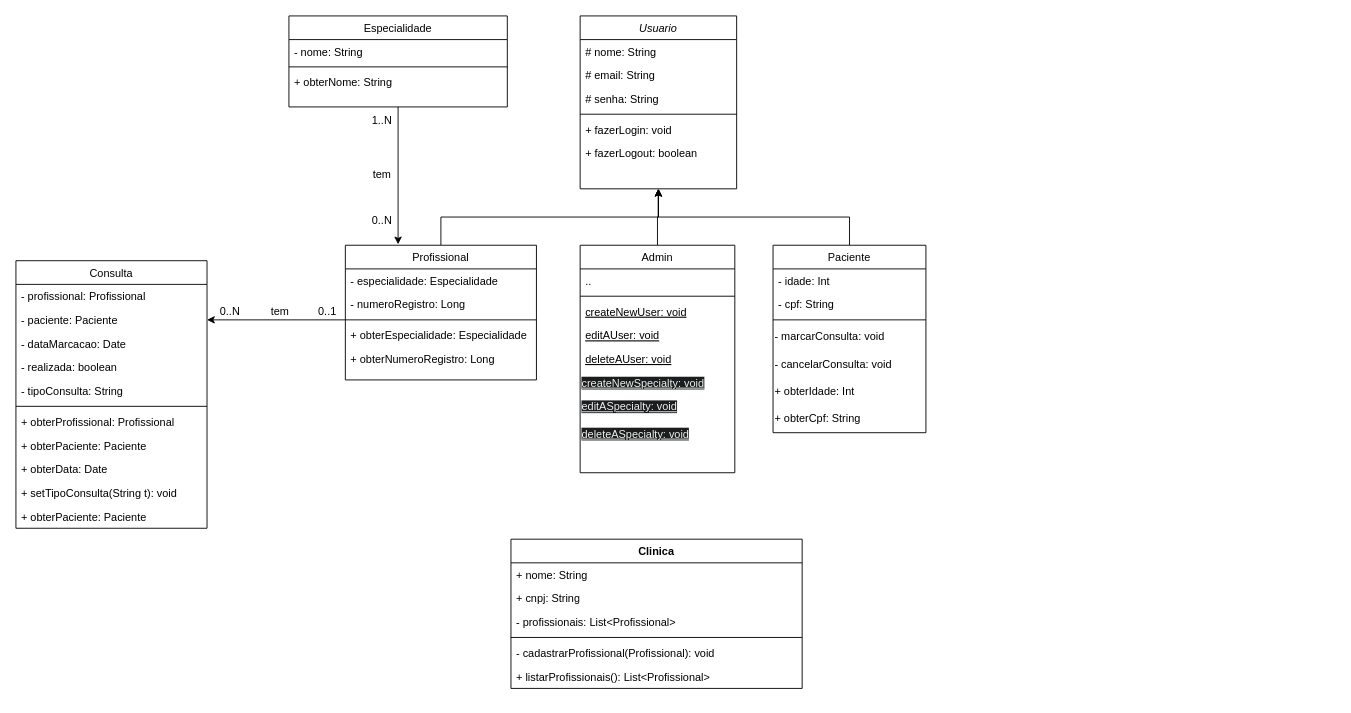
Earlier version of the draw.io diagram doc/diagrama/medcheck.drawio (the-bugs/medcheck-backend-js). Source tidied: cells renumbered, new cells numbered last; positions are measured from the earlier drawing's top-left corner, leaving out a move shared by most shapes. Both pictures are drawn from the tidied source at 91%, with x=0, y=0 at pixel (15, 15).
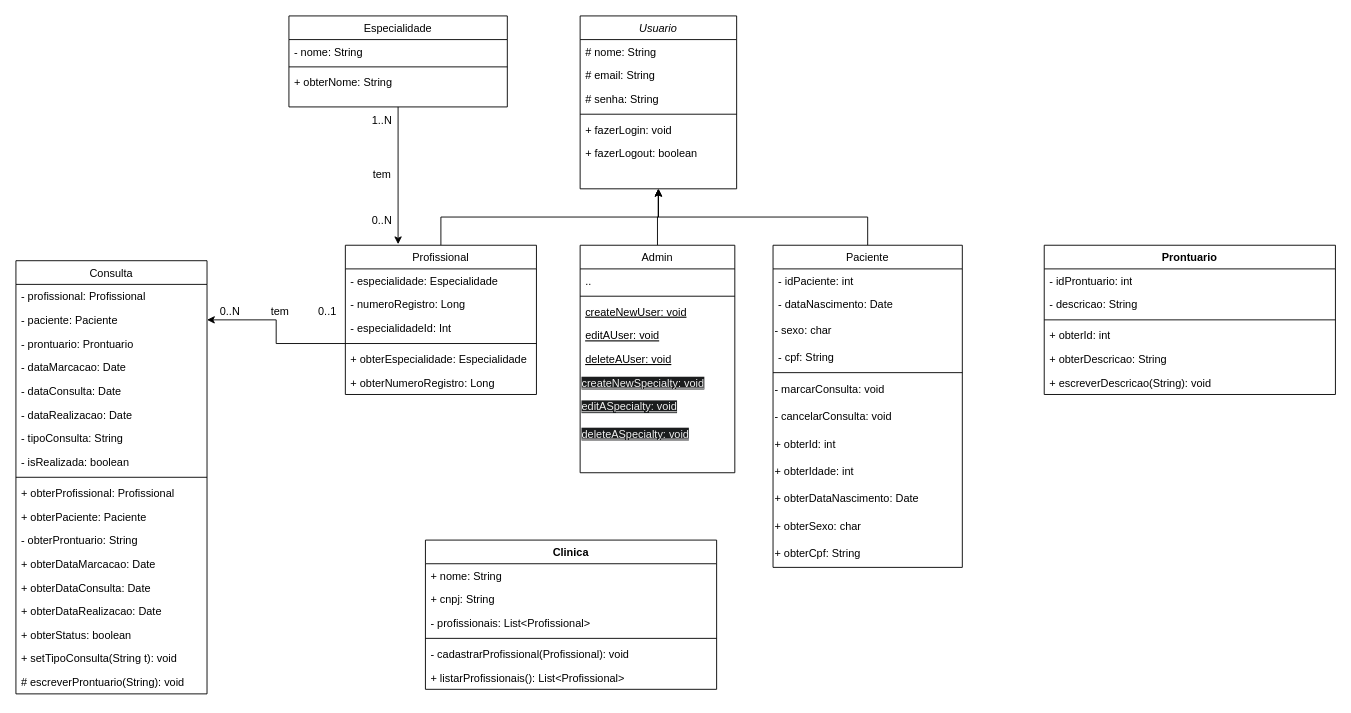
Above is the later version.

Commit message:
doc: Atualiza diagrama

Change to the diagram source:
```diff
@@
     <mxCell id="10" value="Profissional" style="swimlane;fontStyle=0;align=center;verticalAlign=top;horizontal=1;startSize=26;rounded=0;shadow=0;strokeWidth=1;" parent="1" vertex="1">
-      <mxGeometry x="362" y="252" width="210" height="148" as="geometry" />
+      <mxGeometry x="362" y="252" width="210" height="164" as="geometry" />
     </mxCell>
@@
+    <mxCell id="66" value="- especialidadeId: Int" style="text;align=left;verticalAlign=top;spacingLeft=4;spacingRight=4;overflow=hidden;" parent="10" vertex="1">
+      <mxGeometry y="78" width="210" height="26" as="geometry" />
+    </mxCell>
     <mxCell id="13" style="line;html=1;strokeWidth=1;align=left;verticalAlign=middle;spacingTop=-1;spacingLeft=3;spacingRight=3;labelPosition=right;points=[];portConstraint=eastwest;" parent="10" vertex="1">
-      <mxGeometry y="78" width="210" height="8" as="geometry" />
+      <mxGeometry y="104" width="210" height="8" as="geometry" />
     </mxCell>
     <mxCell id="14" value="+ obterEspecialidade: Especialidade" style="text;align=left;verticalAlign=top;spacingLeft=4;spacingRight=4;overflow=hidden;" parent="10" vertex="1">
-      <mxGeometry y="86" width="210" height="26" as="geometry" />
+      <mxGeometry y="112" width="210" height="26" as="geometry" />
     </mxCell>
     <mxCell id="15" value="+ obterNumeroRegistro: Long" style="text;align=left;verticalAlign=top;spacingLeft=4;spacingRight=4;overflow=hidden;" parent="10" vertex="1">
-      <mxGeometry y="112" width="210" height="26" as="geometry" />
+      <mxGeometry y="138" width="210" height="26" as="geometry" />
     </mxCell>
@@
     <mxCell id="17" value="Paciente" style="swimlane;fontStyle=0;align=center;verticalAlign=top;horizontal=1;startSize=26;rounded=0;shadow=0;strokeWidth=1;" parent="1" vertex="1">
-      <mxGeometry x="832" y="252" width="168" height="206" as="geometry" />
+      <mxGeometry x="832" y="252" width="208" height="354" as="geometry" />
     </mxCell>
-    <mxCell id="18" value="- idade: Int" style="text;align=left;verticalAlign=top;spacingLeft=4;spacingRight=4;overflow=hidden;" parent="17" vertex="1">
-      <mxGeometry y="26" width="168" height="26" as="geometry" />
+    <mxCell id="18" value="- idPaciente: int" style="text;align=left;verticalAlign=top;spacingLeft=4;spacingRight=4;overflow=hidden;" parent="17" vertex="1">
+      <mxGeometry y="26" width="208" height="26" as="geometry" />
     </mxCell>
+    <mxCell id="67" value="- dataNascimento: Date" style="text;align=left;verticalAlign=top;spacingLeft=4;spacingRight=4;overflow=hidden;" parent="17" vertex="1">
+      <mxGeometry y="52" width="208" height="28" as="geometry" />
+    </mxCell>
+    <mxCell id="68" value="- sexo: char" style="text;whiteSpace=wrap;html=1;" parent="17" vertex="1">
+      <mxGeometry y="80" width="208" height="30" as="geometry" />
+    </mxCell>
     <mxCell id="19" value="- cpf: String" style="text;align=left;verticalAlign=top;spacingLeft=4;spacingRight=4;overflow=hidden;" parent="17" vertex="1">
-      <mxGeometry y="52" width="168" height="26" as="geometry" />
+      <mxGeometry y="110" width="208" height="26" as="geometry" />
     </mxCell>
     <mxCell id="20" style="line;html=1;strokeWidth=1;align=left;verticalAlign=middle;spacingTop=-1;spacingLeft=3;spacingRight=3;labelPosition=right;" parent="17" vertex="1">
-      <mxGeometry y="78" width="168" height="8" as="geometry" />
+      <mxGeometry y="136" width="208" height="8" as="geometry" />
     </mxCell>
     <mxCell id="21" value="- marcarConsulta: void" style="text;strokeColor=none;align=left;fillColor=none;html=1;verticalAlign=middle;whiteSpace=wrap;rounded=0;" parent="17" vertex="1">
-      <mxGeometry y="86" width="168" height="30" as="geometry" />
+      <mxGeometry y="144" width="208" height="30" as="geometry" />
     </mxCell>
     <mxCell id="22" value="- cancelarConsulta: void" style="text;strokeColor=none;align=left;fillColor=none;html=1;verticalAlign=middle;whiteSpace=wrap;rounded=0;" parent="17" vertex="1">
-      <mxGeometry y="116" width="168" height="30" as="geometry" />
+      <mxGeometry y="174" width="208" height="30" as="geometry" />
     </mxCell>
+    <mxCell id="69" value="+ obterId: int" style="text;strokeColor=none;align=left;fillColor=none;html=1;verticalAlign=middle;whiteSpace=wrap;rounded=0;" parent="17" vertex="1">
+      <mxGeometry y="204" width="208" height="30" as="geometry" />
+    </mxCell>
-    <mxCell id="23" value="+ obterIdade: Int" style="text;strokeColor=none;align=left;fillColor=none;html=1;verticalAlign=middle;whiteSpace=wrap;rounded=0;" parent="17" vertex="1">
-      <mxGeometry y="146" width="168" height="30" as="geometry" />
+    <mxCell id="23" value="+ obterIdade: int" style="text;strokeColor=none;align=left;fillColor=none;html=1;verticalAlign=middle;whiteSpace=wrap;rounded=0;" parent="17" vertex="1">
+      <mxGeometry y="234" width="208" height="30" as="geometry" />
     </mxCell>
+    <mxCell id="70" value="+ obterDataNascimento: Date" style="text;strokeColor=none;align=left;fillColor=none;html=1;verticalAlign=middle;whiteSpace=wrap;rounded=0;" parent="17" vertex="1">
+      <mxGeometry y="264" width="208" height="30" as="geometry" />
+    </mxCell>
+    <mxCell id="71" value="+ obterSexo: char" style="text;strokeColor=none;align=left;fillColor=none;html=1;verticalAlign=middle;whiteSpace=wrap;rounded=0;" parent="17" vertex="1">
+      <mxGeometry y="294" width="208" height="30" as="geometry" />
+    </mxCell>
     <mxCell id="24" value="+ obterCpf: String" style="text;strokeColor=none;align=left;fillColor=none;html=1;verticalAlign=middle;whiteSpace=wrap;rounded=0;" parent="17" vertex="1">
-      <mxGeometry y="176" width="168" height="30" as="geometry" />
+      <mxGeometry y="324" width="208" height="30" as="geometry" />
     </mxCell>
@@
     <mxCell id="35" value="Consulta" style="swimlane;fontStyle=0;align=center;verticalAlign=top;horizontal=1;startSize=26;rounded=0;shadow=0;strokeWidth=1;" parent="1" vertex="1">
-      <mxGeometry y="269" width="210" height="294" as="geometry" />
+      <mxGeometry y="269" width="210" height="476" as="geometry" />
     </mxCell>
@@
+    <mxCell id="72" value="- prontuario: Prontuario" style="text;align=left;verticalAlign=top;spacingLeft=4;spacingRight=4;overflow=hidden;rounded=0;shadow=0;html=0;" parent="35" vertex="1">
+      <mxGeometry y="78" width="210" height="26" as="geometry" />
+    </mxCell>
     <mxCell id="38" value="- dataMarcacao: Date" style="text;align=left;verticalAlign=top;spacingLeft=4;spacingRight=4;overflow=hidden;rounded=0;shadow=0;html=0;" parent="35" vertex="1">
-      <mxGeometry y="78" width="210" height="26" as="geometry" />
+      <mxGeometry y="104" width="210" height="26" as="geometry" />
     </mxCell>
+    <mxCell id="73" value="- dataConsulta: Date" style="text;align=left;verticalAlign=top;spacingLeft=4;spacingRight=4;overflow=hidden;rounded=0;shadow=0;html=0;" parent="35" vertex="1">
+      <mxGeometry y="130" width="210" height="26" as="geometry" />
+    </mxCell>
+    <mxCell id="74" value="- dataRealizacao: Date" style="text;align=left;verticalAlign=top;spacingLeft=4;spacingRight=4;overflow=hidden;rounded=0;shadow=0;html=0;" parent="35" vertex="1">
+      <mxGeometry y="156" width="210" height="26" as="geometry" />
+    </mxCell>
+    <mxCell id="40" value="- tipoConsulta: String" style="text;align=left;verticalAlign=top;spacingLeft=4;spacingRight=4;overflow=hidden;rounded=0;shadow=0;html=0;" parent="35" vertex="1">
+      <mxGeometry y="182" width="210" height="26" as="geometry" />
+    </mxCell>
-    <mxCell id="39" value="- realizada: boolean" style="text;align=left;verticalAlign=top;spacingLeft=4;spacingRight=4;overflow=hidden;rounded=0;shadow=0;html=0;" parent="35" vertex="1">
-      <mxGeometry y="104" width="210" height="26" as="geometry" />
+    <mxCell id="39" value="- isRealizada: boolean" style="text;align=left;verticalAlign=top;spacingLeft=4;spacingRight=4;overflow=hidden;rounded=0;shadow=0;html=0;" parent="35" vertex="1">
+      <mxGeometry y="208" width="210" height="26" as="geometry" />
     </mxCell>
-    <mxCell id="40" value="- tipoConsulta: String" style="text;align=left;verticalAlign=top;spacingLeft=4;spacingRight=4;overflow=hidden;rounded=0;shadow=0;html=0;" parent="35" vertex="1">
-      <mxGeometry y="130" width="210" height="26" as="geometry" />
-    </mxCell>
     <mxCell id="41" style="line;html=1;strokeWidth=1;align=left;verticalAlign=middle;spacingTop=-1;spacingLeft=3;spacingRight=3;labelPosition=right;" parent="35" vertex="1">
-      <mxGeometry y="156" width="210" height="8" as="geometry" />
+      <mxGeometry y="234" width="210" height="8" as="geometry" />
     </mxCell>
     <mxCell id="42" value="+ obterProfissional: Profissional" style="text;align=left;verticalAlign=top;spacingLeft=4;spacingRight=4;overflow=hidden;rounded=0;shadow=0;html=0;" parent="35" vertex="1">
-      <mxGeometry y="164" width="210" height="26" as="geometry" />
+      <mxGeometry y="242" width="210" height="26" as="geometry" />
     </mxCell>
     <mxCell id="43" value="+ obterPaciente: Paciente" style="text;align=left;verticalAlign=top;spacingLeft=4;spacingRight=4;overflow=hidden;rounded=0;shadow=0;html=0;" parent="35" vertex="1">
-      <mxGeometry y="190" width="210" height="26" as="geometry" />
+      <mxGeometry y="268" width="210" height="26" as="geometry" />
     </mxCell>
+    <mxCell id="75" value="- obterProntuario: String" style="text;align=left;verticalAlign=top;spacingLeft=4;spacingRight=4;overflow=hidden;rounded=0;shadow=0;html=0;" parent="35" vertex="1">
+      <mxGeometry y="294" width="210" height="26" as="geometry" />
+    </mxCell>
-    <mxCell id="44" value="+ obterData: Date" style="text;align=left;verticalAlign=top;spacingLeft=4;spacingRight=4;overflow=hidden;rounded=0;shadow=0;html=0;" parent="35" vertex="1">
-      <mxGeometry y="216" width="210" height="26" as="geometry" />
+    <mxCell id="44" value="+ obterDataMarcacao: Date" style="text;align=left;verticalAlign=top;spacingLeft=4;spacingRight=4;overflow=hidden;rounded=0;shadow=0;html=0;" parent="35" vertex="1">
+      <mxGeometry y="320" width="210" height="26" as="geometry" />
     </mxCell>
+    <mxCell id="76" value="+ obterDataConsulta: Date" style="text;align=left;verticalAlign=top;spacingLeft=4;spacingRight=4;overflow=hidden;rounded=0;shadow=0;html=0;" parent="35" vertex="1">
+      <mxGeometry y="346" width="210" height="26" as="geometry" />
+    </mxCell>
+    <mxCell id="77" value="+ obterDataRealizacao: Date" style="text;align=left;verticalAlign=top;spacingLeft=4;spacingRight=4;overflow=hidden;rounded=0;shadow=0;html=0;" parent="35" vertex="1">
+      <mxGeometry y="372" width="210" height="26" as="geometry" />
+    </mxCell>
+    <mxCell id="46" value="+ obterStatus: boolean" style="text;align=left;verticalAlign=top;spacingLeft=4;spacingRight=4;overflow=hidden;rounded=0;shadow=0;html=0;" parent="35" vertex="1">
+      <mxGeometry y="398" width="210" height="26" as="geometry" />
+    </mxCell>
     <mxCell id="45" value="+ setTipoConsulta(String t): void" style="text;align=left;verticalAlign=top;spacingLeft=4;spacingRight=4;overflow=hidden;rounded=0;shadow=0;html=0;" parent="35" vertex="1">
-      <mxGeometry y="242" width="210" height="26" as="geometry" />
+      <mxGeometry y="424" width="210" height="26" as="geometry" />
     </mxCell>
-    <mxCell id="46" value="+ obterPaciente: Paciente" style="text;align=left;verticalAlign=top;spacingLeft=4;spacingRight=4;overflow=hidden;rounded=0;shadow=0;html=0;" parent="35" vertex="1">
-      <mxGeometry y="268" width="210" height="26" as="geometry" />
-    </mxCell>
+    <mxCell id="78" value="# escreverProntuario(String): void" style="text;align=left;verticalAlign=top;spacingLeft=4;spacingRight=4;overflow=hidden;rounded=0;shadow=0;html=0;" parent="35" vertex="1">
+      <mxGeometry y="450" width="210" height="26" as="geometry" />
+    </mxCell>
@@
     <mxCell id="52" value="Clinica" style="swimlane;fontStyle=1;align=center;verticalAlign=top;horizontal=1;startSize=26;whiteSpace=wrap;html=1;" parent="1" vertex="1">
-      <mxGeometry x="544" y="575" width="320" height="164" as="geometry" />
+      <mxGeometry x="450" y="576" width="320" height="164" as="geometry" />
     </mxCell>
@@
+    <mxCell id="79" value="Prontuario" style="swimlane;fontStyle=1;align=center;verticalAlign=top;horizontal=1;startSize=26;whiteSpace=wrap;html=1;" parent="1" vertex="1">
+      <mxGeometry x="1130" y="252" width="320" height="164" as="geometry" />
+    </mxCell>
+    <mxCell id="80" value="- idProntuario: int" style="text;strokeColor=none;fillColor=none;align=left;verticalAlign=top;spacingLeft=4;spacingRight=4;overflow=hidden;whiteSpace=wrap;html=1;" parent="79" vertex="1">
+      <mxGeometry y="26" width="320" height="26" as="geometry" />
+    </mxCell>
+    <mxCell id="81" value="- descricao: String&amp;nbsp;" style="text;strokeColor=none;fillColor=none;align=left;verticalAlign=top;spacingLeft=4;spacingRight=4;overflow=hidden;whiteSpace=wrap;html=1;" parent="79" vertex="1">
+      <mxGeometry y="52" width="320" height="26" as="geometry" />
+    </mxCell>
+    <mxCell id="82" style="line;strokeWidth=1;fillColor=none;align=left;verticalAlign=middle;spacingTop=-1;spacingLeft=3;spacingRight=3;labelPosition=right;strokeColor=inherit;" parent="79" vertex="1">
+      <mxGeometry y="78" width="320" height="8" as="geometry" />
+    </mxCell>
+    <mxCell id="83" value="+ obterId: int" style="text;strokeColor=none;fillColor=none;align=left;verticalAlign=top;spacingLeft=4;spacingRight=4;overflow=hidden;whiteSpace=wrap;html=1;" parent="79" vertex="1">
+      <mxGeometry y="86" width="320" height="26" as="geometry" />
+    </mxCell>
+    <mxCell id="84" value="+ obterDescricao: String" style="text;strokeColor=none;fillColor=none;align=left;verticalAlign=top;spacingLeft=4;spacingRight=4;overflow=hidden;whiteSpace=wrap;html=1;" parent="79" vertex="1">
+      <mxGeometry y="112" width="320" height="26" as="geometry" />
+    </mxCell>
+    <mxCell id="85" value="+ escreverDescricao(String): void" style="text;strokeColor=none;fillColor=none;align=left;verticalAlign=top;spacingLeft=4;spacingRight=4;overflow=hidden;whiteSpace=wrap;html=1;" parent="79" vertex="1">
+      <mxGeometry y="138" width="320" height="26" as="geometry" />
+    </mxCell>
```
